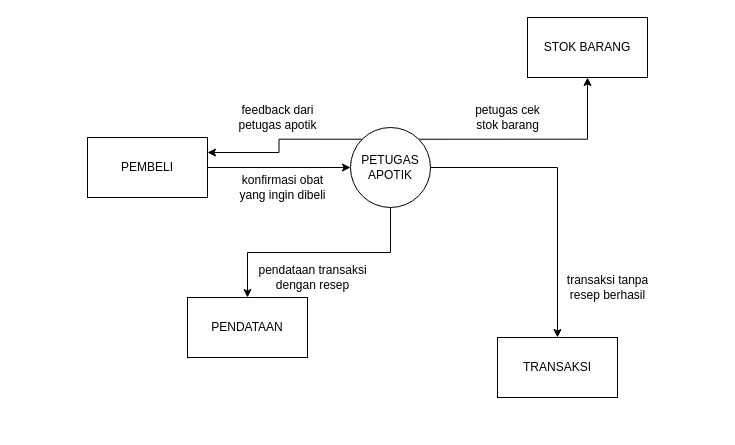
This is .idea/Diagram Tanpa Judul.drawio from nuraliahfj/PraktikumJavaProyek, a draw.io file, before an edit. Source tidied: cells renumbered, new cells numbered last; positions are measured from the earlier drawing's top-left corner, leaving out a move shared by most shapes. Both pictures are drawn from the tidied source at 100%, with x=0, y=0 at pixel (87, 17).
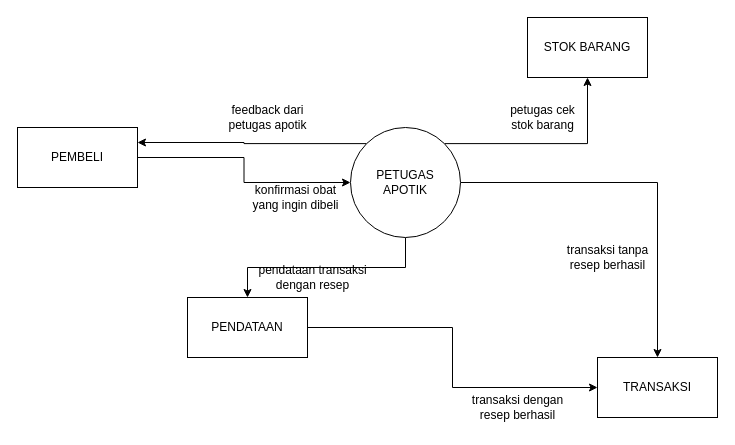
The same page after the edit.

Change to the diagram source:
```diff
@@
 <mxGraphModel>
   <root>
     <mxCell id="0" />
     <mxCell id="1" parent="0" />
     <mxCell id="2" style="edgeStyle=orthogonalEdgeStyle;rounded=0;jettySize=auto;html=1;exitX=0;exitY=0;exitDx=0;exitDy=0;entryX=1;entryY=0.25;entryDx=0;entryDy=0;" parent="1" edge="1" source="6" target="8">
       <mxGeometry relative="1" as="geometry" />
     </mxCell>
     <mxCell id="3" style="edgeStyle=orthogonalEdgeStyle;rounded=0;jettySize=auto;html=1;exitX=1;exitY=0;exitDx=0;exitDy=0;entryX=0.5;entryY=1;entryDx=0;entryDy=0;" parent="1" edge="1" source="6" target="9">
       <mxGeometry relative="1" as="geometry" />
     </mxCell>
     <mxCell id="4" style="edgeStyle=orthogonalEdgeStyle;rounded=0;jettySize=auto;html=1;exitX=1;exitY=0.5;exitDx=0;exitDy=0;entryX=0.5;entryY=0;entryDx=0;entryDy=0;" parent="1" edge="1" source="6" target="13">
       <mxGeometry relative="1" as="geometry" />
     </mxCell>
     <mxCell id="5" style="edgeStyle=orthogonalEdgeStyle;rounded=0;jettySize=auto;html=1;exitX=0.5;exitY=1;exitDx=0;exitDy=0;entryX=0.5;entryY=0;entryDx=0;entryDy=0;" parent="1" edge="1" source="6" target="15">
       <mxGeometry relative="1" as="geometry" />
     </mxCell>
     <mxCell id="6" value="PETUGAS&lt;br&gt;APOTIK" style="ellipse;whiteSpace=wrap;html=1;" parent="1" vertex="1">
-      <mxGeometry x="263" y="110" width="80" height="80" as="geometry" />
+      <mxGeometry x="263" y="110" width="110" height="110" as="geometry" />
     </mxCell>
     <mxCell id="7" style="edgeStyle=orthogonalEdgeStyle;rounded=0;jettySize=auto;html=1;exitX=1;exitY=0.5;exitDx=0;exitDy=0;entryX=0;entryY=0.5;entryDx=0;entryDy=0;" parent="1" edge="1" source="8" target="6">
       <mxGeometry relative="1" as="geometry" />
     </mxCell>
     <mxCell id="8" value="PEMBELI" style="rounded=0;whiteSpace=wrap;html=1;" parent="1" vertex="1">
-      <mxGeometry y="120" width="120" height="60" as="geometry" />
+      <mxGeometry x="-70" y="110" width="120" height="60" as="geometry" />
     </mxCell>
     <mxCell id="9" value="STOK BARANG" style="rounded=0;whiteSpace=wrap;html=1;" parent="1" vertex="1">
       <mxGeometry x="440" width="120" height="60" as="geometry" />
     </mxCell>
     <mxCell id="10" value="konfirmasi obat&lt;br&gt;yang ingin dibeli" style="text;html=1;align=center;verticalAlign=middle;strokeColor=none;fillColor=none;" parent="1" vertex="1">
-      <mxGeometry x="140" y="150" width="110" height="40" as="geometry" />
+      <mxGeometry x="153" y="160" width="110" height="40" as="geometry" />
     </mxCell>
     <mxCell id="11" value="feedback dari&lt;br&gt;petugas apotik" style="text;html=1;align=center;verticalAlign=middle;strokeColor=none;fillColor=none;" parent="1" vertex="1">
-      <mxGeometry x="140" y="80" width="100" height="40" as="geometry" />
+      <mxGeometry x="130" y="80" width="100" height="40" as="geometry" />
     </mxCell>
     <mxCell id="12" value="petugas cek&lt;br&gt;stok barang" style="text;html=1;align=center;verticalAlign=middle;strokeColor=none;fillColor=none;" parent="1" vertex="1">
-      <mxGeometry x="375" y="80" width="90" height="40" as="geometry" />
+      <mxGeometry x="410" y="80" width="90" height="40" as="geometry" />
     </mxCell>
     <mxCell id="13" value="TRANSAKSI" style="rounded=0;whiteSpace=wrap;html=1;" parent="1" vertex="1">
-      <mxGeometry x="410" y="320" width="120" height="60" as="geometry" />
+      <mxGeometry x="510" y="340" width="120" height="60" as="geometry" />
     </mxCell>
     <mxCell id="14" value="transaksi tanpa&lt;br&gt;resep berhasil" style="text;html=1;align=center;verticalAlign=middle;strokeColor=none;fillColor=none;" parent="1" vertex="1">
-      <mxGeometry x="470" y="250" width="100" height="40" as="geometry" />
+      <mxGeometry x="470" y="220" width="100" height="40" as="geometry" />
     </mxCell>
+    <mxCell id="17" style="edgeStyle=orthogonalEdgeStyle;rounded=0;jettySize=auto;html=1;exitX=1;exitY=0.5;exitDx=0;exitDy=0;" parent="1" edge="1" source="15" target="13">
+      <mxGeometry relative="1" as="geometry" />
+    </mxCell>
     <mxCell id="15" value="PENDATAAN" style="rounded=0;whiteSpace=wrap;html=1;" parent="1" vertex="1">
       <mxGeometry x="100" y="280" width="120" height="60" as="geometry" />
     </mxCell>
     <mxCell id="16" value="pendataan transaksi&lt;br&gt;dengan resep" style="text;html=1;align=center;verticalAlign=middle;strokeColor=none;fillColor=none;" parent="1" vertex="1">
       <mxGeometry x="160" y="240" width="130" height="40" as="geometry" />
     </mxCell>
+    <mxCell id="18" value="transaksi dengan&lt;br&gt;resep berhasil" style="text;html=1;align=center;verticalAlign=middle;strokeColor=none;fillColor=none;" parent="1" vertex="1">
+      <mxGeometry x="375" y="370" width="110" height="40" as="geometry" />
+    </mxCell>
   </root>
 </mxGraphModel>
```
